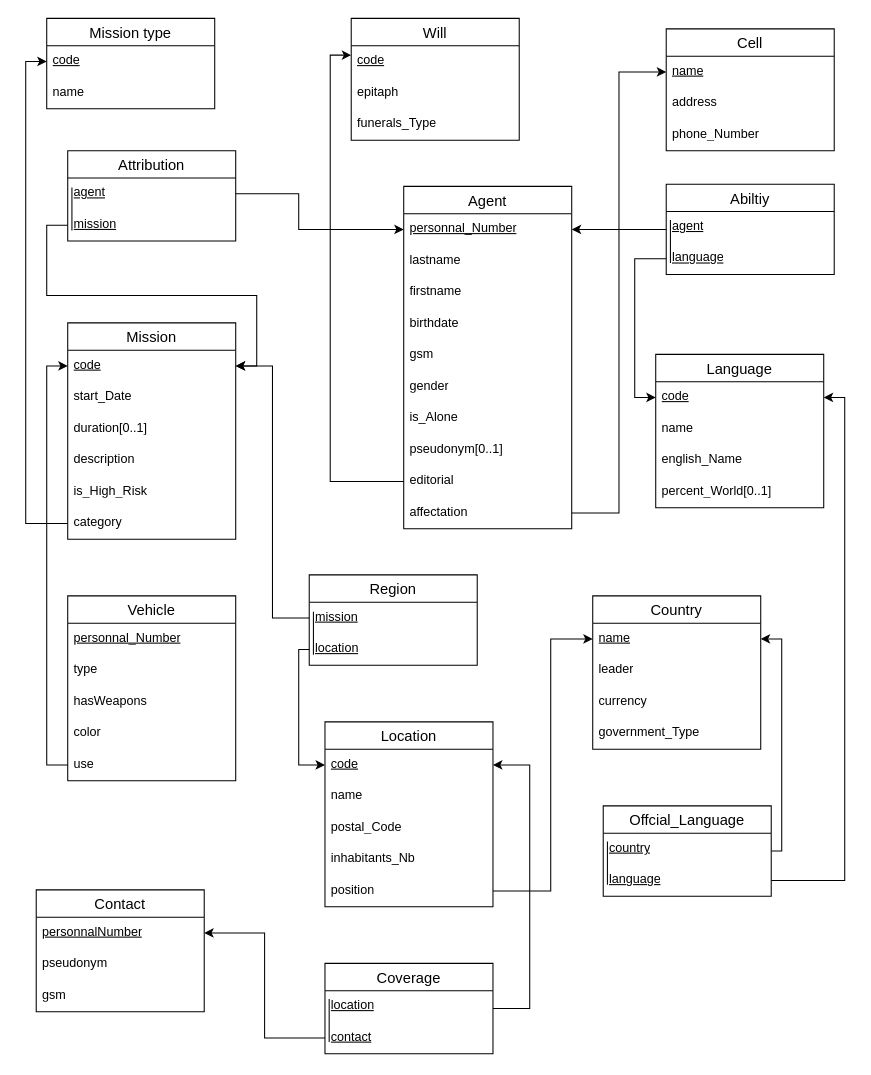
Before: BD_relationnel_espionnage.drawio in LambertThomas51095/BECKXJeremyLAMBERTThomas-Projet-Programmation-orient-e-objet-avanc-e, a draw.io diagram. Source tidied: cells renumbered, new cells numbered last; positions are measured from the earlier drawing's top-left corner, leaving out a move shared by most shapes. Both pictures are drawn from the tidied source at 105%, with x=0, y=0 at pixel (36, 18).
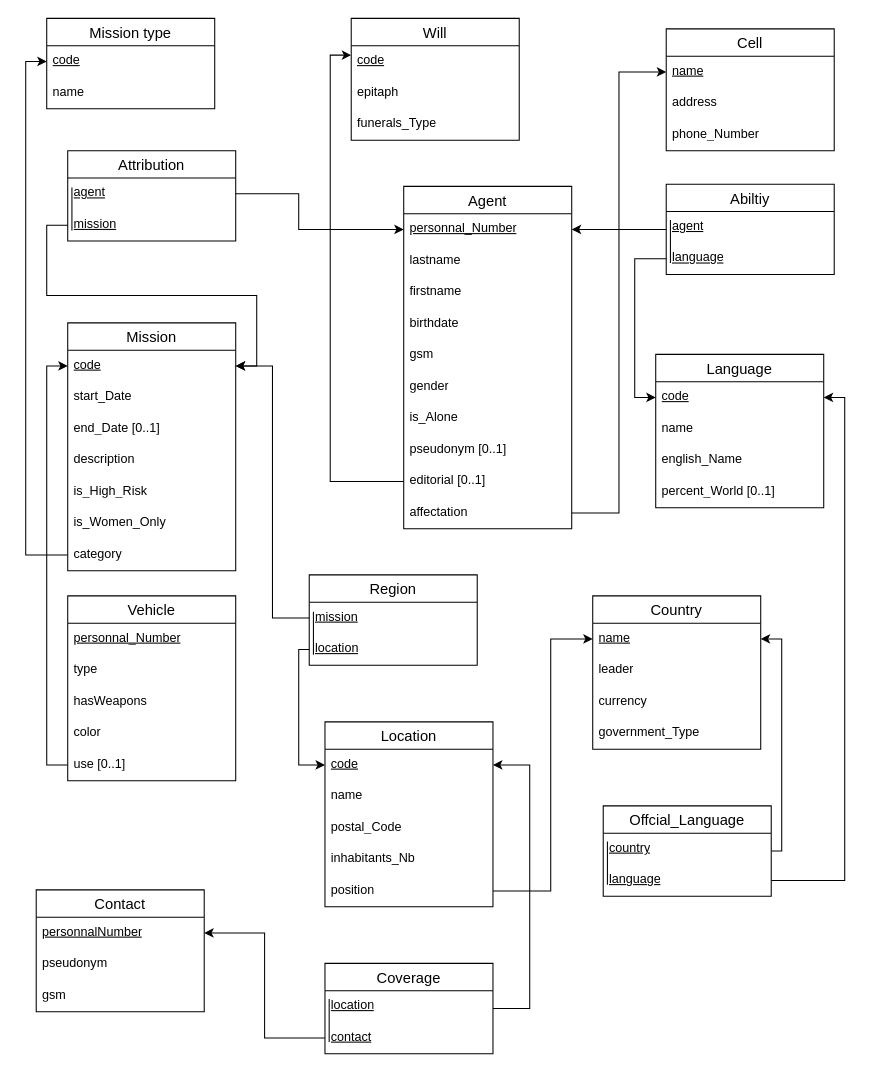
The same page after the edit.

The change refers to these unchanged cells:
```xml
<mxCell id="2" value="Agent" style="swimlane;fontStyle=0;horizontal=1;startSize=26;align=center;fontSize=14;" parent="1" vertex="1">
  <mxGeometry x="350" y="160" width="160" height="326" as="geometry" />
</mxCell>
<mxCell id="43" value="Language" style="swimlane;fontStyle=0;horizontal=1;startSize=26;align=center;fontSize=14;" parent="1" vertex="1">
  <mxGeometry x="590" y="320" width="160" height="146" as="geometry" />
</mxCell>
<mxCell id="49" value="Vehicle" style="swimlane;fontStyle=0;horizontal=1;startSize=26;align=center;fontSize=14;" parent="1" vertex="1">
  <mxGeometry x="30" y="550" width="160" height="176" as="geometry" />
</mxCell>
```

Diff of the diagram source:
```diff
@@
-    <mxCell id="10" value="pseudonym[0..1]" style="text;strokeColor=none;fillColor=none;spacingLeft=4;spacingRight=4;overflow=hidden;fontSize=12;whiteSpace=wrap;html=1;" parent="2" vertex="1">
+    <mxCell id="10" value="pseudonym [0..1]" style="text;strokeColor=none;fillColor=none;spacingLeft=4;spacingRight=4;overflow=hidden;fontSize=12;whiteSpace=wrap;html=1;" parent="2" vertex="1">
       <mxGeometry y="236" width="160" height="30" as="geometry" />
     </mxCell>
-    <mxCell id="11" value="editorial" style="text;strokeColor=none;fillColor=none;spacingLeft=4;spacingRight=4;overflow=hidden;points=[[0,0.5],[1,0.5]];portConstraint=eastwest;fontSize=12;whiteSpace=wrap;html=1;" parent="2" vertex="1">
+    <mxCell id="11" value="editorial [0..1]" style="text;strokeColor=none;fillColor=none;spacingLeft=4;spacingRight=4;overflow=hidden;points=[[0,0.5],[1,0.5]];portConstraint=eastwest;fontSize=12;whiteSpace=wrap;html=1;" parent="2" vertex="1">
       <mxGeometry y="266" width="160" height="30" as="geometry" />
     </mxCell>
@@
     <mxCell id="23" value="Mission" style="swimlane;fontStyle=0;horizontal=1;startSize=26;align=center;fontSize=14;" parent="1" vertex="1">
-      <mxGeometry x="30" y="290" width="160" height="206" as="geometry" />
+      <mxGeometry x="30" y="290" width="160" height="236" as="geometry" />
     </mxCell>
@@
-    <mxCell id="26" value="duration[0..1]" style="text;strokeColor=none;fillColor=none;spacingLeft=4;spacingRight=4;overflow=hidden;fontSize=12;whiteSpace=wrap;html=1;" parent="23" vertex="1">
+    <mxCell id="26" value="end_Date [0..1]" style="text;strokeColor=none;fillColor=none;spacingLeft=4;spacingRight=4;overflow=hidden;fontSize=12;whiteSpace=wrap;html=1;" parent="23" vertex="1">
       <mxGeometry y="86" width="160" height="30" as="geometry" />
     </mxCell>
@@
+    <mxCell id="92" value="is_Women_Only" style="text;strokeColor=none;fillColor=none;spacingLeft=4;spacingRight=4;overflow=hidden;fontSize=12;whiteSpace=wrap;html=1;" parent="23" vertex="1">
+      <mxGeometry y="176" width="160" height="30" as="geometry" />
+    </mxCell>
     <mxCell id="29" value="category" style="text;strokeColor=none;fillColor=none;spacingLeft=4;spacingRight=4;overflow=hidden;points=[[0,0.5],[1,0.5]];portConstraint=eastwest;fontSize=12;whiteSpace=wrap;html=1;" parent="23" vertex="1">
-      <mxGeometry y="176" width="160" height="30" as="geometry" />
+      <mxGeometry y="206" width="160" height="30" as="geometry" />
     </mxCell>
@@
-    <mxCell id="47" value="percent_World[0..1]" style="text;strokeColor=none;fillColor=none;spacingLeft=4;spacingRight=4;overflow=hidden;fontSize=12;whiteSpace=wrap;html=1;" parent="43" vertex="1">
+    <mxCell id="47" value="percent_World [0..1]" style="text;strokeColor=none;fillColor=none;spacingLeft=4;spacingRight=4;overflow=hidden;fontSize=12;whiteSpace=wrap;html=1;" parent="43" vertex="1">
       <mxGeometry y="116" width="160" height="30" as="geometry" />
     </mxCell>
@@
-    <mxCell id="54" value="use" style="text;strokeColor=none;fillColor=none;spacingLeft=4;spacingRight=4;overflow=hidden;points=[[0,0.5],[1,0.5]];portConstraint=eastwest;fontSize=12;whiteSpace=wrap;html=1;" parent="49" vertex="1">
+    <mxCell id="54" value="use [0..1]" style="text;strokeColor=none;fillColor=none;spacingLeft=4;spacingRight=4;overflow=hidden;points=[[0,0.5],[1,0.5]];portConstraint=eastwest;fontSize=12;whiteSpace=wrap;html=1;" parent="49" vertex="1">
       <mxGeometry y="146" width="160" height="30" as="geometry" />
     </mxCell>
```
